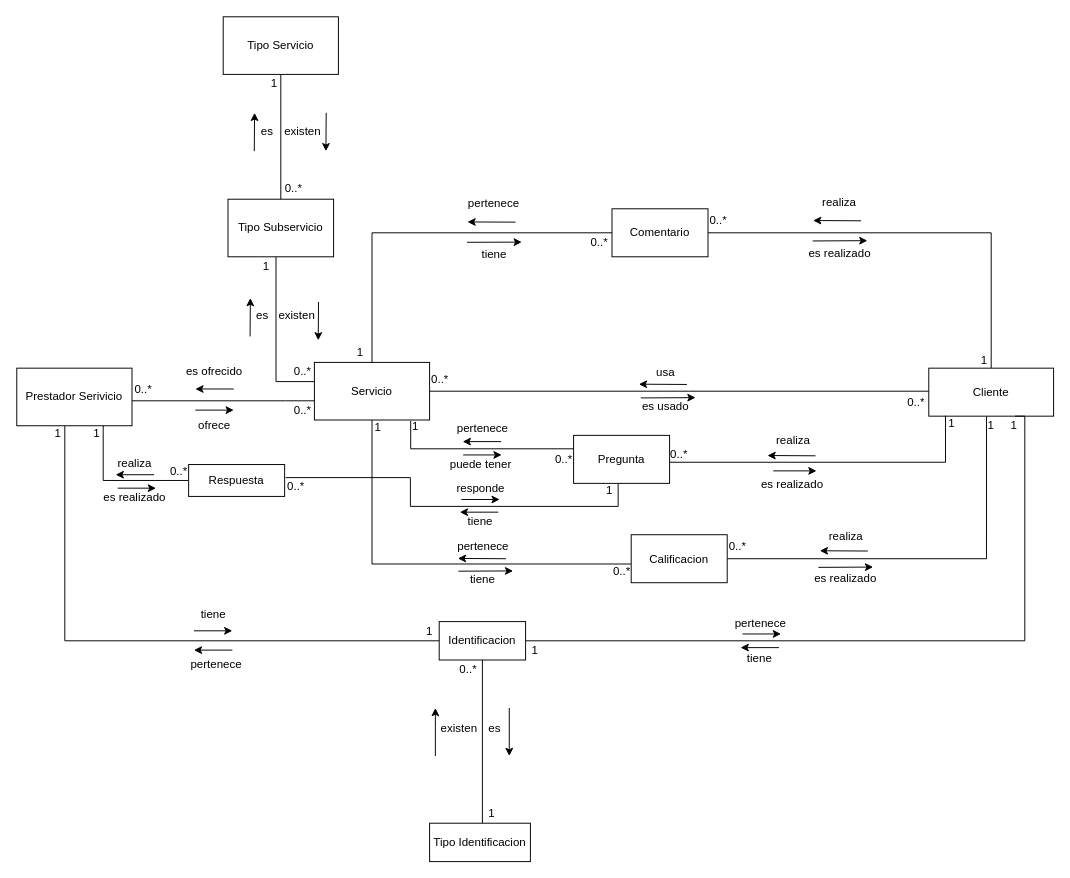
F3liP3L/Proyecto-Documentacion keeps this draw.io diagram as Extra Clase/Modelado de dominio/Modelo anemico/DDD_ModeloAnemicoExtraClase.drawio. Above is the earlier version. Source tidied: cells renumbered, new cells numbered last; positions are measured from the earlier drawing's top-left corner, leaving out a move shared by most shapes. Both pictures are drawn from the tidied source at 96%, with x=0, y=0 at pixel (16, 16).
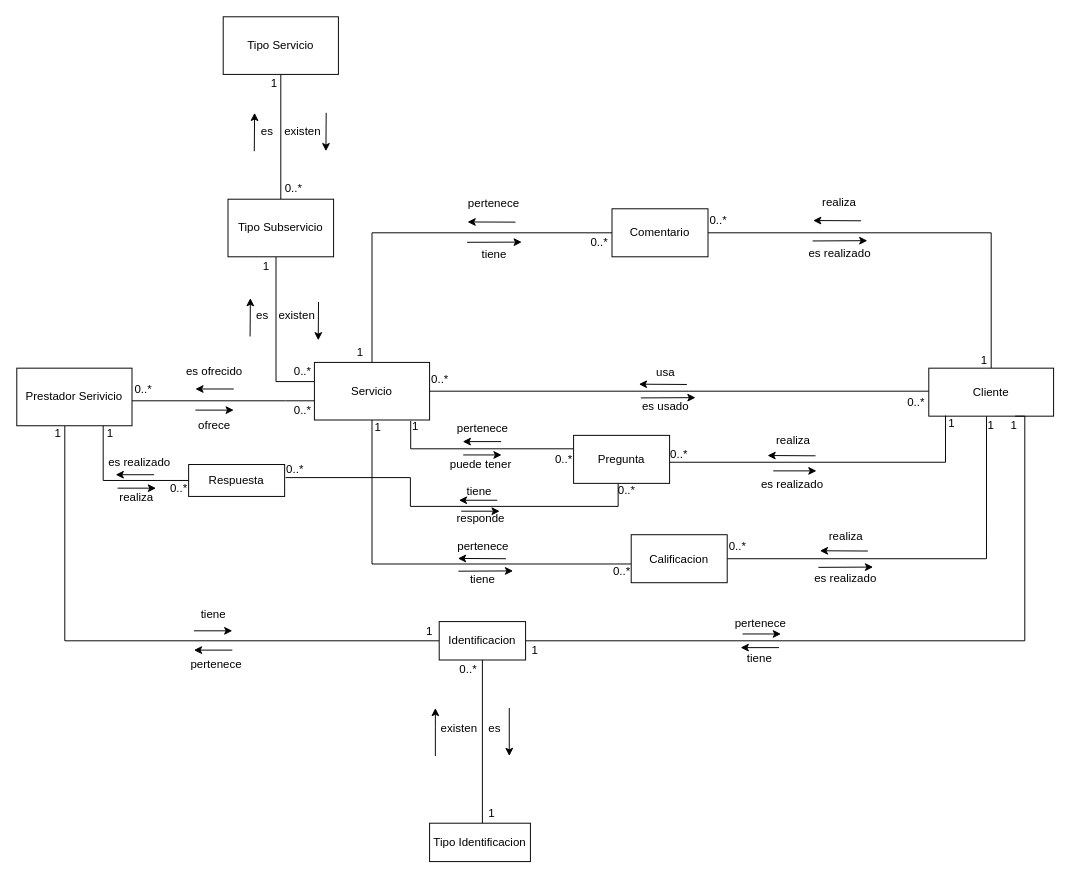
Above is the later version.

What changed in the source:
```diff
@@
     <mxCell id="102" value="1" style="text;html=1;strokeColor=none;fillColor=none;align=center;verticalAlign=middle;whiteSpace=wrap;rounded=0;" parent="1" vertex="1">
-      <mxGeometry x="76" y="427" width="15" height="14.5" as="geometry" />
+      <mxGeometry x="90" y="427" width="15" height="14.5" as="geometry" />
     </mxCell>
     <mxCell id="103" value="0..*" style="text;html=1;strokeColor=none;fillColor=none;align=center;verticalAlign=middle;whiteSpace=wrap;rounded=0;" parent="1" vertex="1">
-      <mxGeometry x="164" y="466" width="10" height="16" as="geometry" />
+      <mxGeometry x="164" y="483" width="10" height="16" as="geometry" />
     </mxCell>
@@
     <mxCell id="106" value="realiza" style="text;html=1;strokeColor=none;fillColor=none;align=center;verticalAlign=middle;whiteSpace=wrap;rounded=0;direction=west;" parent="1" vertex="1">
-      <mxGeometry x="103" y="454.5" width="40" height="20" as="geometry" />
+      <mxGeometry x="105" y="490.5" width="40" height="20" as="geometry" />
     </mxCell>
     <mxCell id="107" value="es realizado" style="text;html=1;strokeColor=none;fillColor=none;align=center;verticalAlign=middle;whiteSpace=wrap;rounded=0;direction=west;" parent="1" vertex="1">
-      <mxGeometry x="87" y="494.5" width="72" height="13" as="geometry" />
+      <mxGeometry x="92" y="457" width="72" height="13" as="geometry" />
     </mxCell>
     <mxCell id="108" value="0..*" style="text;html=1;strokeColor=none;fillColor=none;align=center;verticalAlign=middle;whiteSpace=wrap;rounded=0;" parent="1" vertex="1">
-      <mxGeometry x="286" y="481.2" width="10" height="16" as="geometry" />
+      <mxGeometry x="284.5" y="464" width="10" height="16" as="geometry" />
     </mxCell>
-    <mxCell id="109" value="1" style="text;html=1;strokeColor=none;fillColor=none;align=center;verticalAlign=middle;whiteSpace=wrap;rounded=0;" parent="1" vertex="1">
-      <mxGeometry x="612" y="488" width="11" height="11" as="geometry" />
+    <mxCell id="109" value="0..*" style="text;html=1;strokeColor=none;fillColor=none;align=center;verticalAlign=middle;whiteSpace=wrap;rounded=0;" parent="1" vertex="1">
+      <mxGeometry x="629.5" y="488" width="11" height="11" as="geometry" />
     </mxCell>
@@
     <mxCell id="114" style="endArrow=classic;html=1;rounded=0;" parent="1" edge="1">
       <mxGeometry relative="1" as="geometry">
-        <mxPoint x="501.5" y="516" as="sourcePoint" />
-        <mxPoint x="461.5" y="516" as="targetPoint" />
+        <mxPoint x="500.5" y="503.6" as="sourcePoint" />
+        <mxPoint x="460.5" y="503.6" as="targetPoint" />
       </mxGeometry>
     </mxCell>
     <mxCell id="115" value="responde" style="text;html=1;strokeColor=none;fillColor=none;align=center;verticalAlign=middle;whiteSpace=wrap;rounded=0;direction=west;" parent="1" vertex="1">
-      <mxGeometry x="463.2" y="484.8" width="40.5" height="14.5" as="geometry" />
+      <mxGeometry x="463.2" y="515.5" width="40.5" height="14.5" as="geometry" />
     </mxCell>
     <mxCell id="116" style="endArrow=classic;html=1;rounded=0;" parent="1" edge="1">
       <mxGeometry relative="1" as="geometry">
-        <mxPoint x="463" y="502.8" as="sourcePoint" />
-        <mxPoint x="503" y="502.8" as="targetPoint" />
+        <mxPoint x="463" y="515" as="sourcePoint" />
+        <mxPoint x="503" y="515" as="targetPoint" />
       </mxGeometry>
     </mxCell>
     <mxCell id="117" value="tiene" style="text;html=1;strokeColor=none;fillColor=none;align=center;verticalAlign=middle;whiteSpace=wrap;rounded=0;direction=west;" parent="1" vertex="1">
-      <mxGeometry x="469" y="519" width="27.8" height="13" as="geometry" />
+      <mxGeometry x="468" y="488" width="27.8" height="13" as="geometry" />
     </mxCell>
```
